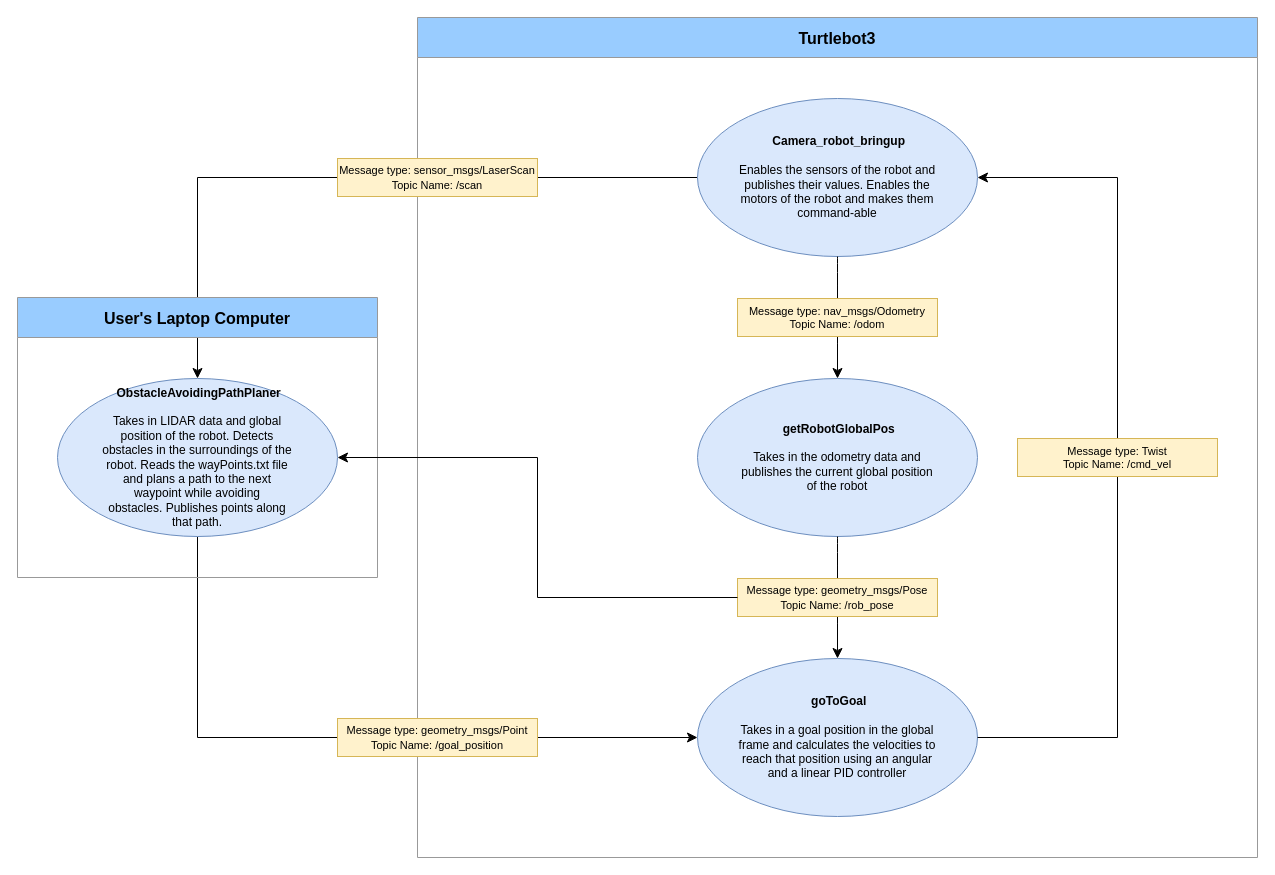
Earlier version of the draw.io diagram page "Concept 3" (3 of 3) of Lab4/Lab4_diagram.drawio (hcarius3/ME7785_RoboticsResearch). Source tidied: cells renumbered, new cells numbered last; positions are measured from the earlier drawing's top-left corner, leaving out a move shared by most shapes. Both pictures are drawn from the tidied source at 100%, with x=0, y=0 at pixel (17, 17).
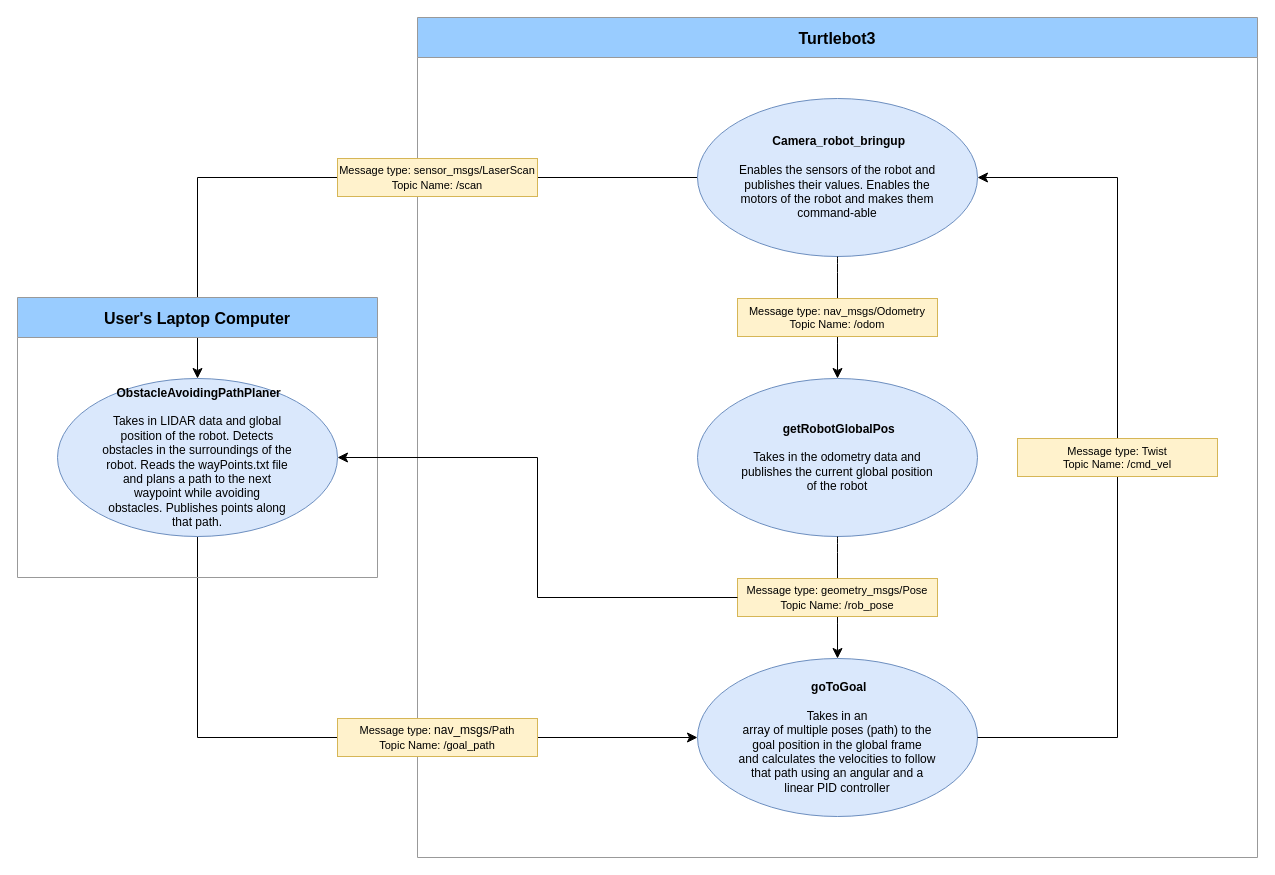
After the change.

Commit message:
Updated message type in concept 3 as well

The change refers to these unchanged cells:
```xml
<mxCell id="4" value="Turtlebot3" style="swimlane;startSize=40;horizontal=1;containerType=tree;newEdgeStyle={&quot;edgeStyle&quot;:&quot;elbowEdgeStyle&quot;,&quot;startArrow&quot;:&quot;none&quot;,&quot;endArrow&quot;:&quot;none&quot;};fillColor=#99CCFF;fontSize=16;strokeColor=#999999;" parent="1" vertex="1">
  <mxGeometry x="400" width="840" height="840" as="geometry" />
</mxCell>
```

The edit, as a diff of the source:
```diff
@@
-    <mxCell id="7" value="&lt;blockquote&gt;&lt;div&gt;&lt;b&gt;&amp;nbsp;goToGoal&lt;/b&gt;&lt;/div&gt;&lt;div&gt;&lt;br&gt;&lt;/div&gt;&lt;div&gt;Takes in a goal position in the global frame and calculates the velocities to reach that position using an angular and a linear PID controller&lt;/div&gt;&lt;/blockquote&gt;" style="ellipse;whiteSpace=wrap;html=1;fillColor=#dae8fc;strokeColor=#6c8ebf;" parent="4" vertex="1">
+    <mxCell id="7" value="&lt;blockquote&gt;&lt;div&gt;&lt;b&gt;&amp;nbsp;goToGoal&lt;/b&gt;&lt;/div&gt;&lt;div&gt;&lt;br&gt;&lt;/div&gt;&lt;div&gt;Takes in an &lt;br/&gt;array of multiple poses (path) to the goal position in the global frame &lt;br/&gt;and calculates the velocities to follow that path using an angular and a&lt;br/&gt; linear PID controller&lt;/div&gt;&lt;/blockquote&gt;" style="ellipse;whiteSpace=wrap;html=1;fillColor=#dae8fc;strokeColor=#6c8ebf;" parent="4" vertex="1">
       <mxGeometry x="280" y="641" width="280" height="158" as="geometry" />
     </mxCell>
@@
-    <mxCell id="14" value="&lt;font style=&quot;font-size: 11px;&quot;&gt;&lt;span style=&quot;--tw-scale-x: 1; --tw-scale-y: 1; --tw-pan-x: ; --tw-pan-y: ; --tw-pinch-zoom: ; --tw-scroll-snap-strictness: proximity; --tw-gradient-from-position: ; --tw-gradient-via-position: ; --tw-gradient-to-position: ; --tw-ordinal: ; --tw-slashed-zero: ; --tw-numeric-figure: ; --tw-numeric-spacing: ; --tw-numeric-fraction: ; --tw-ring-inset: ; --tw-ring-offset-width: 0px; --tw-ring-offset-color: light-dark(#fff, #000000); --tw-ring-color: rgb(59 130 246 / .5); --tw-ring-offset-shadow: 0 0 #0000; --tw-ring-shadow: 0 0 #0000; --tw-shadow: 0 0 #0000; --tw-shadow-colored: 0 0 #0000; --tw-blur: ; --tw-brightness: ; --tw-contrast: ; --tw-grayscale: ; --tw-hue-rotate: ; --tw-invert: ; --tw-saturate: ; --tw-sepia: ; --tw-drop-shadow: ; --tw-backdrop-blur: ; --tw-backdrop-brightness: ; --tw-backdrop-contrast: ; --tw-backdrop-grayscale: ; --tw-backdrop-hue-rotate: ; --tw-backdrop-invert: ; --tw-backdrop-opacity: ; --tw-backdrop-saturate: ; --tw-backdrop-sepia: ;&quot;&gt;Message type: geometry_msgs/Point&lt;/span&gt;&lt;/font&gt;&lt;div style=&quot;--tw-scale-x: 1; --tw-scale-y: 1; --tw-pan-x: ; --tw-pan-y: ; --tw-pinch-zoom: ; --tw-scroll-snap-strictness: proximity; --tw-gradient-from-position: ; --tw-gradient-via-position: ; --tw-gradient-to-position: ; --tw-ordinal: ; --tw-slashed-zero: ; --tw-numeric-figure: ; --tw-numeric-spacing: ; --tw-numeric-fraction: ; --tw-ring-inset: ; --tw-ring-offset-width: 0px; --tw-ring-offset-color: light-dark(#fff, #000000); --tw-ring-color: rgb(59 130 246 / .5); --tw-ring-offset-shadow: 0 0 #0000; --tw-ring-shadow: 0 0 #0000; --tw-shadow: 0 0 #0000; --tw-shadow-colored: 0 0 #0000; --tw-blur: ; --tw-brightness: ; --tw-contrast: ; --tw-grayscale: ; --tw-hue-rotate: ; --tw-invert: ; --tw-saturate: ; --tw-sepia: ; --tw-drop-shadow: ; --tw-backdrop-blur: ; --tw-backdrop-brightness: ; --tw-backdrop-contrast: ; --tw-backdrop-grayscale: ; --tw-backdrop-hue-rotate: ; --tw-backdrop-invert: ; --tw-backdrop-opacity: ; --tw-backdrop-saturate: ; --tw-backdrop-sepia: ;&quot;&gt;&lt;font style=&quot;font-size: 11px;&quot;&gt;&lt;span&gt;Topic Name: /goal_position&lt;/span&gt;&lt;/font&gt;&lt;/div&gt;" style="rounded=0;whiteSpace=wrap;html=1;fillColor=#fff2cc;strokeColor=#d6b656;" parent="4" vertex="1">
+    <mxCell id="14" value="&lt;font style=&quot;font-size: 11px;&quot;&gt;&lt;span style=&quot;--tw-scale-x: 1; --tw-scale-y: 1; --tw-pan-x: ; --tw-pan-y: ; --tw-pinch-zoom: ; --tw-scroll-snap-strictness: proximity; --tw-gradient-from-position: ; --tw-gradient-via-position: ; --tw-gradient-to-position: ; --tw-ordinal: ; --tw-slashed-zero: ; --tw-numeric-figure: ; --tw-numeric-spacing: ; --tw-numeric-fraction: ; --tw-ring-inset: ; --tw-ring-offset-width: 0px; --tw-ring-offset-color: light-dark(#fff, #000000); --tw-ring-color: rgb(59 130 246 / .5); --tw-ring-offset-shadow: 0 0 #0000; --tw-ring-shadow: 0 0 #0000; --tw-shadow: 0 0 #0000; --tw-shadow-colored: 0 0 #0000; --tw-blur: ; --tw-brightness: ; --tw-contrast: ; --tw-grayscale: ; --tw-hue-rotate: ; --tw-invert: ; --tw-saturate: ; --tw-sepia: ; --tw-drop-shadow: ; --tw-backdrop-blur: ; --tw-backdrop-brightness: ; --tw-backdrop-contrast: ; --tw-backdrop-grayscale: ; --tw-backdrop-hue-rotate: ; --tw-backdrop-invert: ; --tw-backdrop-opacity: ; --tw-backdrop-saturate: ; --tw-backdrop-sepia: ;&quot;&gt;Message type:&amp;nbsp;&lt;/span&gt;&lt;/font&gt;nav_msgs&lt;font style=&quot;font-size: 11px;&quot;&gt;&lt;span style=&quot;--tw-scale-x: 1; --tw-scale-y: 1; --tw-pan-x: ; --tw-pan-y: ; --tw-pinch-zoom: ; --tw-scroll-snap-strictness: proximity; --tw-gradient-from-position: ; --tw-gradient-via-position: ; --tw-gradient-to-position: ; --tw-ordinal: ; --tw-slashed-zero: ; --tw-numeric-figure: ; --tw-numeric-spacing: ; --tw-numeric-fraction: ; --tw-ring-inset: ; --tw-ring-offset-width: 0px; --tw-ring-offset-color: light-dark(#fff, #000000); --tw-ring-color: rgb(59 130 246 / .5); --tw-ring-offset-shadow: 0 0 #0000; --tw-ring-shadow: 0 0 #0000; --tw-shadow: 0 0 #0000; --tw-shadow-colored: 0 0 #0000; --tw-blur: ; --tw-brightness: ; --tw-contrast: ; --tw-grayscale: ; --tw-hue-rotate: ; --tw-invert: ; --tw-saturate: ; --tw-sepia: ; --tw-drop-shadow: ; --tw-backdrop-blur: ; --tw-backdrop-brightness: ; --tw-backdrop-contrast: ; --tw-backdrop-grayscale: ; --tw-backdrop-hue-rotate: ; --tw-backdrop-invert: ; --tw-backdrop-opacity: ; --tw-backdrop-saturate: ; --tw-backdrop-sepia: ;&quot;&gt;/Path&lt;/span&gt;&lt;/font&gt;&lt;div style=&quot;--tw-scale-x: 1; --tw-scale-y: 1; --tw-pan-x: ; --tw-pan-y: ; --tw-pinch-zoom: ; --tw-scroll-snap-strictness: proximity; --tw-gradient-from-position: ; --tw-gradient-via-position: ; --tw-gradient-to-position: ; --tw-ordinal: ; --tw-slashed-zero: ; --tw-numeric-figure: ; --tw-numeric-spacing: ; --tw-numeric-fraction: ; --tw-ring-inset: ; --tw-ring-offset-width: 0px; --tw-ring-offset-color: light-dark(#fff, #000000); --tw-ring-color: rgb(59 130 246 / .5); --tw-ring-offset-shadow: 0 0 #0000; --tw-ring-shadow: 0 0 #0000; --tw-shadow: 0 0 #0000; --tw-shadow-colored: 0 0 #0000; --tw-blur: ; --tw-brightness: ; --tw-contrast: ; --tw-grayscale: ; --tw-hue-rotate: ; --tw-invert: ; --tw-saturate: ; --tw-sepia: ; --tw-drop-shadow: ; --tw-backdrop-blur: ; --tw-backdrop-brightness: ; --tw-backdrop-contrast: ; --tw-backdrop-grayscale: ; --tw-backdrop-hue-rotate: ; --tw-backdrop-invert: ; --tw-backdrop-opacity: ; --tw-backdrop-saturate: ; --tw-backdrop-sepia: ;&quot;&gt;&lt;font style=&quot;font-size: 11px;&quot;&gt;&lt;span&gt;Topic Name: /goal_path&lt;/span&gt;&lt;/font&gt;&lt;/div&gt;" style="rounded=0;whiteSpace=wrap;html=1;fillColor=#fff2cc;strokeColor=#d6b656;" parent="4" vertex="1">
       <mxGeometry x="-80" y="701" width="200" height="38" as="geometry" />
     </mxCell>
```
